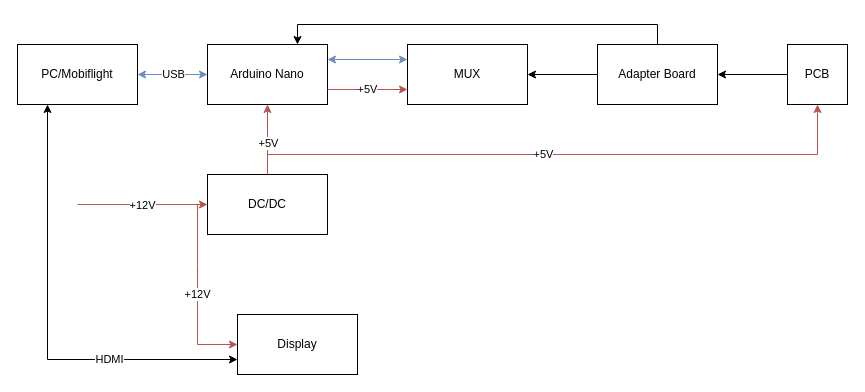
Earlier version of the draw.io diagram drawings/block_diagram.drawio (br4593/GNS530). Source tidied: cells renumbered, new cells numbered last; positions are measured from the earlier drawing's top-left corner, leaving out a move shared by most shapes. Both pictures are drawn from the tidied source at 100%, with x=0, y=0 at pixel (17, 44).
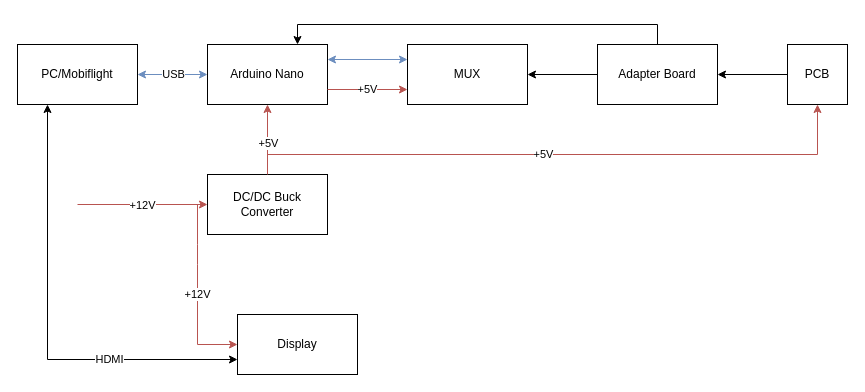
After the change.

Change to the diagram source:
```diff
@@
-    <mxCell id="12" value="DC/DC" style="rounded=0;whiteSpace=wrap;html=1;" parent="1" vertex="1">
+    <mxCell id="12" value="DC/DC Buck Converter" style="rounded=0;whiteSpace=wrap;html=1;" parent="1" vertex="1">
       <mxGeometry x="190" y="130" width="120" height="60" as="geometry" />
     </mxCell>
```
